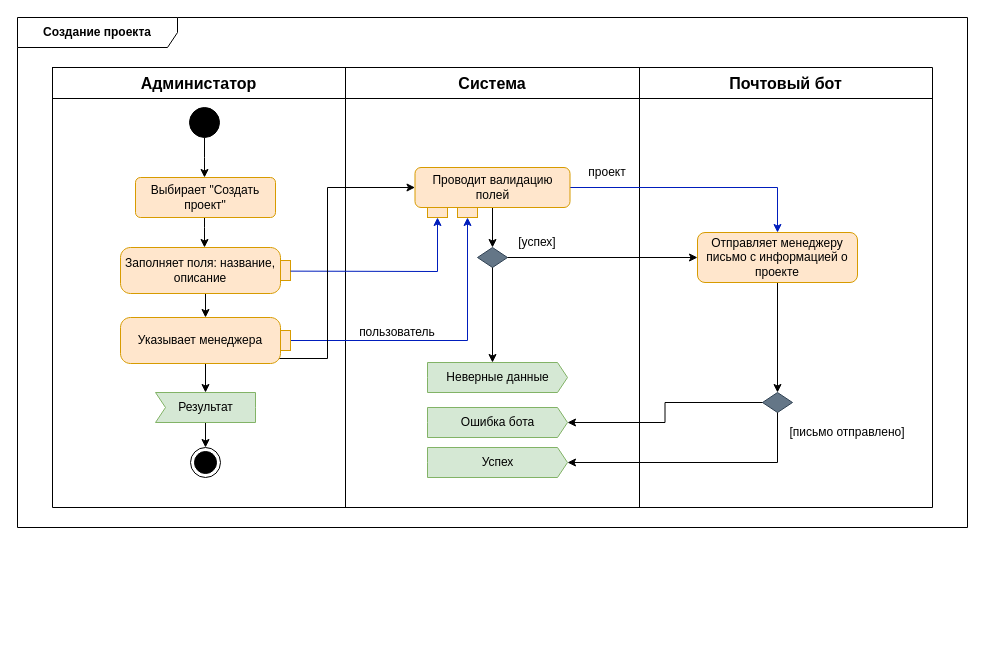
aVorotnikov/thunder_board keeps this draw.io diagram as docs/raw_diagrams/create_project.drawio. Above is the earlier version. Source tidied: cells renumbered, new cells numbered last; positions are measured from the earlier drawing's top-left corner, leaving out a move shared by most shapes. Both pictures are drawn from the tidied source at 100%, with x=0, y=0 at pixel (17, 17).
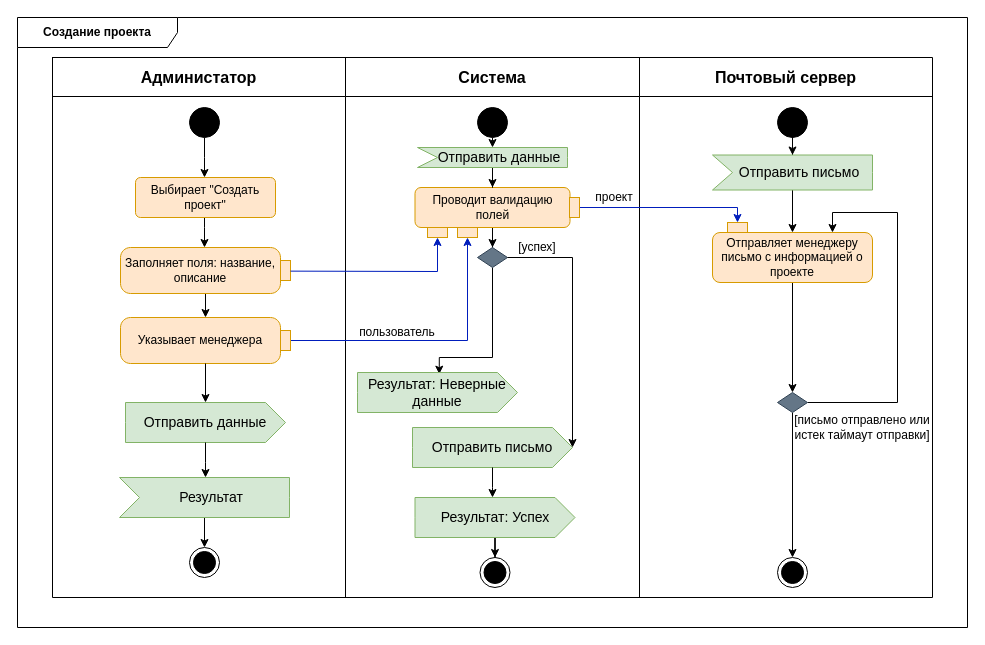
The same page after the edit.

The change refers to these unchanged cells:
```xml
<mxCell id="28" style="rhombus;whiteSpace=wrap;html=1;fillColor=#647687;fontColor=#ffffff;strokeColor=#314354;" parent="2" vertex="1">
  <mxGeometry x="460" y="230" width="30" height="20" as="geometry" />
</mxCell>
<mxCell id="41" value="Указывает менеджера" style="shape=mxgraph.uml25.action;html=1;align=center;verticalAlign=middle;absoluteArcSize=1;arcSize=10;dashed=0;spacingRight=10;whiteSpace=wrap;fillColor=#ffe6cc;strokeColor=#d79b00;" parent="2" vertex="1">
  <mxGeometry x="103" y="300" width="170" height="46" as="geometry" />
</mxCell>
```

What changed in the source:
```diff
@@
     <mxCell id="2" value="&lt;b&gt;Создание проекта&lt;br&gt;&lt;/b&gt;" style="shape=umlFrame;whiteSpace=wrap;html=1;width=160;" parent="1" vertex="1">
-      <mxGeometry width="950" height="510" as="geometry" />
+      <mxGeometry width="950" height="610" as="geometry" />
     </mxCell>
     <mxCell id="3" style="shape=table;startSize=0;childLayout=tableLayout;fontSize=16;" parent="2" vertex="1">
-      <mxGeometry x="35" y="50" width="880" height="440" as="geometry" />
+      <mxGeometry x="35" y="40" width="880" height="540" as="geometry" />
     </mxCell>
     <mxCell id="4" style="shape=tableRow;horizontal=0;startSize=0;swimlaneHead=0;swimlaneBody=0;strokeColor=inherit;top=0;left=0;bottom=0;right=0;fillColor=none;fontSize=16;" parent="3" vertex="1">
-      <mxGeometry width="880" height="31" as="geometry" />
+      <mxGeometry width="880" height="39" as="geometry" />
     </mxCell>
     <mxCell id="5" value="&lt;b&gt;Администатор&lt;/b&gt;" style="shape=partialRectangle;html=1;whiteSpace=wrap;strokeColor=inherit;overflow=hidden;fillColor=none;top=0;left=0;bottom=0;right=0;fontSize=16;" parent="4" vertex="1">
-      <mxGeometry width="293" height="31" as="geometry" />
+      <mxGeometry width="293" height="39" as="geometry" />
     </mxCell>
     <mxCell id="6" value="&lt;b&gt;Система&lt;/b&gt;" style="shape=partialRectangle;html=1;whiteSpace=wrap;strokeColor=inherit;overflow=hidden;fillColor=none;top=0;left=0;bottom=0;right=0;fontSize=16;" parent="4" vertex="1">
-      <mxGeometry x="293" width="294" height="31" as="geometry" />
+      <mxGeometry x="293" width="294" height="39" as="geometry" />
     </mxCell>
-    <mxCell id="7" value="&lt;b&gt;Почтовый бот&lt;br&gt;&lt;/b&gt;" style="shape=partialRectangle;html=1;whiteSpace=wrap;strokeColor=inherit;overflow=hidden;fillColor=none;top=0;left=0;bottom=0;right=0;fontSize=16;" parent="4" vertex="1">
-      <mxGeometry x="587" width="293" height="31" as="geometry" />
+    <mxCell id="7" value="&lt;b&gt;Почтовый сервер&lt;br&gt;&lt;/b&gt;" style="shape=partialRectangle;html=1;whiteSpace=wrap;strokeColor=inherit;overflow=hidden;fillColor=none;top=0;left=0;bottom=0;right=0;fontSize=16;" parent="4" vertex="1">
+      <mxGeometry x="587" width="293" height="39" as="geometry" />
     </mxCell>
     <mxCell id="8" style="shape=tableRow;horizontal=0;startSize=0;swimlaneHead=0;swimlaneBody=0;strokeColor=inherit;top=0;left=0;bottom=0;right=0;fillColor=none;fontSize=16;" parent="3" vertex="1">
-      <mxGeometry y="31" width="880" height="409" as="geometry" />
+      <mxGeometry y="39" width="880" height="501" as="geometry" />
     </mxCell>
     <mxCell id="9" style="shape=partialRectangle;html=1;whiteSpace=wrap;strokeColor=inherit;overflow=hidden;fillColor=none;top=0;left=0;bottom=0;right=0;fontSize=16;" parent="8" vertex="1">
-      <mxGeometry width="293" height="409" as="geometry" />
+      <mxGeometry width="293" height="501" as="geometry" />
     </mxCell>
     <mxCell id="10" style="shape=partialRectangle;html=1;whiteSpace=wrap;strokeColor=inherit;overflow=hidden;fillColor=none;top=0;left=0;bottom=0;right=0;fontSize=16;" parent="8" vertex="1">
-      <mxGeometry x="293" width="294" height="409" as="geometry" />
+      <mxGeometry x="293" width="294" height="501" as="geometry" />
     </mxCell>
     <mxCell id="11" style="shape=partialRectangle;html=1;whiteSpace=wrap;strokeColor=inherit;overflow=hidden;fillColor=none;top=0;left=0;bottom=0;right=0;fontSize=16;" parent="8" vertex="1">
-      <mxGeometry x="587" width="293" height="409" as="geometry" />
+      <mxGeometry x="587" width="293" height="501" as="geometry" />
     </mxCell>
@@
     <mxCell id="14" style="ellipse;html=1;shape=endState;fillColor=strokeColor;" parent="2" vertex="1">
-      <mxGeometry x="173" y="430" width="30" height="30" as="geometry" />
+      <mxGeometry x="172" y="530" width="30" height="30" as="geometry" />
     </mxCell>
@@
-    <mxCell id="19" style="edgeStyle=orthogonalEdgeStyle;rounded=0;jettySize=auto;html=1;entryX=0.5;entryY=0;entryDx=0;entryDy=0;fillColor=#0050ef;strokeColor=#001DBC;" parent="2" edge="1" source="20" target="31">
-      <mxGeometry relative="1" as="geometry" />
+    <mxCell id="19" style="edgeStyle=orthogonalEdgeStyle;rounded=0;jettySize=auto;html=1;entryX=0.5;entryY=1;entryDx=0;entryDy=0;fillColor=#0050ef;strokeColor=#001DBC;exitX=0.5;exitY=0;exitDx=0;exitDy=0;" parent="2" edge="1" source="64" target="65">
+      <mxGeometry relative="1" as="geometry">
+        <Array as="points">
+          <mxPoint x="720" y="190" />
+        </Array>
+      </mxGeometry>
     </mxCell>
     <mxCell id="20" value="Проводит валидацию полей " style="rounded=1;whiteSpace=wrap;html=1;fillColor=#ffe6cc;strokeColor=#d79b00;" parent="2" vertex="1">
-      <mxGeometry x="397.5" y="150" width="155" height="40" as="geometry" />
+      <mxGeometry x="397.5" y="170" width="155" height="40" as="geometry" />
     </mxCell>
     <mxCell id="21" style="rounded=0;whiteSpace=wrap;html=1;fillColor=#ffe6cc;strokeColor=#d79b00;" parent="2" vertex="1">
-      <mxGeometry x="410" y="190" width="20" height="10" as="geometry" />
+      <mxGeometry x="410" y="210" width="20" height="10" as="geometry" />
     </mxCell>
@@
-    <mxCell id="23" value="Ошибка бота" style="html=1;shadow=0;dashed=0;align=center;verticalAlign=middle;shape=mxgraph.arrows2.arrow;dy=0;dx=10;notch=0;fillColor=#d5e8d4;strokeColor=#82b366;" parent="2" vertex="1">
-      <mxGeometry x="410" y="390" width="140" height="30" as="geometry" />
-    </mxCell>
-    <mxCell id="24" value="Успех" style="html=1;shadow=0;dashed=0;align=center;verticalAlign=middle;shape=mxgraph.arrows2.arrow;dy=0;dx=10;notch=0;fillColor=#d5e8d4;strokeColor=#82b366;" parent="2" vertex="1">
-      <mxGeometry x="410" y="430" width="140" height="30" as="geometry" />
-    </mxCell>
-    <mxCell id="25" value="Неверные данные" style="html=1;shadow=0;dashed=0;align=center;verticalAlign=middle;shape=mxgraph.arrows2.arrow;dy=0;dx=10;notch=0;fillColor=#d5e8d4;strokeColor=#82b366;" parent="2" vertex="1">
-      <mxGeometry x="410" y="345" width="140" height="30" as="geometry" />
-    </mxCell>
-    <mxCell id="26" style="edgeStyle=orthogonalEdgeStyle;rounded=0;jettySize=auto;html=1;entryX=0.5;entryY=0;entryDx=0;entryDy=0;" parent="2" edge="1" source="27" target="14">
-      <mxGeometry relative="1" as="geometry" />
-    </mxCell>
-    <mxCell id="27" value="Результат" style="html=1;shadow=0;dashed=0;align=center;verticalAlign=middle;shape=mxgraph.arrows2.arrow;dy=0;dx=0;notch=10;fillColor=#d5e8d4;strokeColor=#82b366;" parent="2" vertex="1">
-      <mxGeometry x="138" y="375" width="100" height="30" as="geometry" />
-    </mxCell>
+    <mxCell id="46" style="edgeStyle=orthogonalEdgeStyle;rounded=0;jettySize=auto;html=1;entryX=0.511;entryY=0.042;entryDx=0;entryDy=0;entryPerimeter=0;" parent="2" edge="1" source="28" target="52">
+      <mxGeometry relative="1" as="geometry">
+        <Array as="points">
+          <mxPoint x="475" y="340" />
+          <mxPoint x="422" y="340" />
+        </Array>
+      </mxGeometry>
+    </mxCell>
@@
-    <mxCell id="29" style="edgeStyle=orthogonalEdgeStyle;rounded=0;jettySize=auto;html=1;entryX=0;entryY=0;entryDx=65;entryDy=0;entryPerimeter=0;" parent="2" edge="1" source="28" target="25">
-      <mxGeometry relative="1" as="geometry" />
-    </mxCell>
@@
     <mxCell id="31" value="Отправляет менеджеру письмо с информацией о проекте" style="rounded=1;whiteSpace=wrap;html=1;fillColor=#ffe6cc;strokeColor=#d79b00;" parent="2" vertex="1">
-      <mxGeometry x="680" y="215" width="160" height="50" as="geometry" />
+      <mxGeometry x="695" y="215" width="160" height="50" as="geometry" />
     </mxCell>
-    <mxCell id="32" style="endArrow=classic;html=1;rounded=0;exitX=1;exitY=0.5;exitDx=0;exitDy=0;entryX=0;entryY=0.5;entryDx=0;entryDy=0;" parent="2" edge="1" source="28" target="31">
-      <mxGeometry relative="1" as="geometry" />
+    <mxCell id="32" style="endArrow=classic;html=1;rounded=0;exitX=1;exitY=0.5;exitDx=0;exitDy=0;entryX=1;entryY=0.5;entryDx=0;entryDy=0;entryPerimeter=0;" parent="2" edge="1" source="28" target="53">
+      <mxGeometry relative="1" as="geometry">
+        <Array as="points">
+          <mxPoint x="555" y="240" />
+        </Array>
+      </mxGeometry>
     </mxCell>
     <mxCell id="33" value="[успех]" style="text;html=1;strokeColor=none;fillColor=none;align=center;verticalAlign=middle;whiteSpace=wrap;rounded=0;" parent="2" vertex="1">
-      <mxGeometry x="490" y="210" width="60" height="30" as="geometry" />
+      <mxGeometry x="490" y="215" width="60" height="30" as="geometry" />
     </mxCell>
+    <mxCell id="47" style="edgeStyle=orthogonalEdgeStyle;rounded=0;jettySize=auto;html=1;entryX=0.75;entryY=0;entryDx=0;entryDy=0;" parent="2" edge="1" source="34" target="31">
+      <mxGeometry relative="1" as="geometry">
+        <Array as="points">
+          <mxPoint x="880" y="385" />
+          <mxPoint x="880" y="195" />
+          <mxPoint x="815" y="195" />
+        </Array>
+      </mxGeometry>
+    </mxCell>
+    <mxCell id="48" style="edgeStyle=orthogonalEdgeStyle;rounded=0;jettySize=auto;html=1;entryX=0.5;entryY=0;entryDx=0;entryDy=0;" parent="2" edge="1" source="34" target="68">
+      <mxGeometry relative="1" as="geometry" />
+    </mxCell>
     <mxCell id="34" style="rhombus;whiteSpace=wrap;html=1;fillColor=#647687;fontColor=#ffffff;strokeColor=#314354;" parent="2" vertex="1">
-      <mxGeometry x="745" y="375" width="30" height="20" as="geometry" />
+      <mxGeometry x="760" y="375" width="30" height="20" as="geometry" />
     </mxCell>
-    <mxCell id="35" style="edgeStyle=orthogonalEdgeStyle;rounded=0;jettySize=auto;html=1;exitX=0;exitY=0.5;exitDx=0;exitDy=0;entryX=1;entryY=0.5;entryDx=0;entryDy=0;entryPerimeter=0;" parent="2" edge="1" source="34" target="23">
-      <mxGeometry relative="1" as="geometry" />
-    </mxCell>
-    <mxCell id="36" style="edgeStyle=orthogonalEdgeStyle;rounded=0;jettySize=auto;html=1;entryX=1;entryY=0.5;entryDx=0;entryDy=0;entryPerimeter=0;" parent="2" edge="1" source="34" target="24">
-      <mxGeometry relative="1" as="geometry">
-        <Array as="points">
-          <mxPoint x="760" y="445" />
-        </Array>
-      </mxGeometry>
-    </mxCell>
-    <mxCell id="37" value="[письмо отправлено]" style="text;html=1;strokeColor=none;fillColor=none;align=center;verticalAlign=middle;whiteSpace=wrap;rounded=0;" parent="2" vertex="1">
-      <mxGeometry x="760" y="400" width="140" height="30" as="geometry" />
+    <mxCell id="37" value="[письмо отправлено или истек таймаут отправки]" style="text;html=1;strokeColor=none;fillColor=none;align=center;verticalAlign=middle;whiteSpace=wrap;rounded=0;" parent="2" vertex="1">
+      <mxGeometry x="775" y="395" width="140" height="30" as="geometry" />
     </mxCell>
-    <mxCell id="38" style="edgeStyle=orthogonalEdgeStyle;rounded=0;jettySize=auto;html=1;" parent="2" edge="1" source="41" target="27">
-      <mxGeometry relative="1" as="geometry" />
-    </mxCell>
@@
-    <mxCell id="40" style="edgeStyle=orthogonalEdgeStyle;rounded=0;jettySize=auto;html=1;entryX=0;entryY=0.5;entryDx=0;entryDy=0;fillColor=#0050ef;strokeColor=#000000;" parent="2" edge="1" target="20">
-      <mxGeometry relative="1" as="geometry">
-        <mxPoint x="250" y="340" as="sourcePoint" />
-        <Array as="points">
-          <mxPoint x="250" y="341" />
-          <mxPoint x="310" y="341" />
-          <mxPoint x="310" y="170" />
-        </Array>
-      </mxGeometry>
-    </mxCell>
@@
     <mxCell id="42" style="rounded=0;whiteSpace=wrap;html=1;fillColor=#ffe6cc;strokeColor=#d79b00;" parent="2" vertex="1">
-      <mxGeometry x="440" y="190" width="20" height="10" as="geometry" />
+      <mxGeometry x="440" y="210" width="20" height="10" as="geometry" />
     </mxCell>
@@
     <mxCell id="44" value="проект" style="text;html=1;strokeColor=none;fillColor=none;align=center;verticalAlign=middle;whiteSpace=wrap;rounded=0;" parent="2" vertex="1">
-      <mxGeometry x="560" y="140" width="60" height="30" as="geometry" />
+      <mxGeometry x="567" y="165" width="60" height="30" as="geometry" />
     </mxCell>
@@
+    <mxCell id="49" style="edgeStyle=orthogonalEdgeStyle;rounded=0;jettySize=auto;html=1;" parent="2" edge="1" source="41" target="50">
+      <mxGeometry relative="1" as="geometry" />
+    </mxCell>
+    <mxCell id="50" value="Отправить данные" style="html=1;shape=mxgraph.infographic.ribbonSimple;notch1=0;notch2=20;align=center;verticalAlign=middle;fontSize=14;fontStyle=0;fillColor=#d5e8d4;whiteSpace=wrap;strokeColor=#82b366;" parent="2" vertex="1">
+      <mxGeometry x="108" y="385" width="160" height="40" as="geometry" />
+    </mxCell>
+    <mxCell id="26" style="edgeStyle=orthogonalEdgeStyle;rounded=0;jettySize=auto;html=1;exitX=0;exitY=0;exitDx=85;exitDy=40;exitPerimeter=0;entryX=0.5;entryY=0;entryDx=0;entryDy=0;" parent="2" edge="1" source="27" target="14">
+      <mxGeometry relative="1" as="geometry" />
+    </mxCell>
+    <mxCell id="27" value="Результат" style="html=1;shape=mxgraph.infographic.ribbonSimple;notch1=20;notch2=0;align=center;verticalAlign=middle;fontSize=14;fontStyle=0;fillColor=#d5e8d4;flipH=0;spacingRight=0;spacingLeft=14;whiteSpace=wrap;strokeColor=#82b366;" parent="2" vertex="1">
+      <mxGeometry x="102" y="460" width="170" height="40" as="geometry" />
+    </mxCell>
+    <mxCell id="51" style="ellipse;fillColor=strokeColor;html=1;" parent="2" vertex="1">
+      <mxGeometry x="460" y="90" width="30" height="30" as="geometry" />
+    </mxCell>
+    <mxCell id="52" value="Результат: Неверные данные" style="html=1;shape=mxgraph.infographic.ribbonSimple;notch1=0;notch2=20;align=center;verticalAlign=middle;fontSize=14;fontStyle=0;fillColor=#d5e8d4;whiteSpace=wrap;strokeColor=#82b366;" parent="2" vertex="1">
+      <mxGeometry x="340" y="355" width="160" height="40" as="geometry" />
+    </mxCell>
+    <mxCell id="53" value="Отправить письмо" style="html=1;shape=mxgraph.infographic.ribbonSimple;notch1=0;notch2=20;align=center;verticalAlign=middle;fontSize=14;fontStyle=0;fillColor=#d5e8d4;whiteSpace=wrap;strokeColor=#82b366;" parent="2" vertex="1">
+      <mxGeometry x="395" y="410" width="160" height="40" as="geometry" />
+    </mxCell>
+    <mxCell id="54" style="edgeStyle=orthogonalEdgeStyle;rounded=0;jettySize=auto;html=1;entryX=0.5;entryY=0;entryDx=0;entryDy=0;" parent="2" edge="1" source="55" target="57">
+      <mxGeometry relative="1" as="geometry" />
+    </mxCell>
+    <mxCell id="55" value="Результат: Успех" style="html=1;shape=mxgraph.infographic.ribbonSimple;notch1=0;notch2=20;align=center;verticalAlign=middle;fontSize=14;fontStyle=0;fillColor=#d5e8d4;whiteSpace=wrap;strokeColor=#82b366;" parent="2" vertex="1">
+      <mxGeometry x="397.5" y="480" width="160" height="40" as="geometry" />
+    </mxCell>
+    <mxCell id="56" style="edgeStyle=orthogonalEdgeStyle;rounded=0;jettySize=auto;html=1;" parent="2" edge="1" source="50">
+      <mxGeometry relative="1" as="geometry">
+        <mxPoint x="188" y="460" as="targetPoint" />
+      </mxGeometry>
+    </mxCell>
+    <mxCell id="57" style="ellipse;html=1;shape=endState;fillColor=strokeColor;" parent="2" vertex="1">
+      <mxGeometry x="462.5" y="540" width="30" height="30" as="geometry" />
+    </mxCell>
+    <mxCell id="58" style="edgeStyle=orthogonalEdgeStyle;rounded=0;jettySize=auto;html=1;" parent="2" edge="1" source="53">
+      <mxGeometry relative="1" as="geometry">
+        <mxPoint x="475" y="480" as="targetPoint" />
+      </mxGeometry>
+    </mxCell>
+    <mxCell id="59" style="edgeStyle=orthogonalEdgeStyle;rounded=0;jettySize=auto;html=1;" parent="2" edge="1" source="60" target="67">
+      <mxGeometry relative="1" as="geometry" />
+    </mxCell>
+    <mxCell id="60" style="ellipse;fillColor=strokeColor;html=1;" parent="2" vertex="1">
+      <mxGeometry x="760" y="90" width="30" height="30" as="geometry" />
+    </mxCell>
+    <mxCell id="61" style="edgeStyle=orthogonalEdgeStyle;rounded=0;jettySize=auto;html=1;entryX=0.5;entryY=0;entryDx=0;entryDy=0;" parent="2" edge="1" source="62" target="20">
+      <mxGeometry relative="1" as="geometry" />
+    </mxCell>
+    <mxCell id="62" value="Отправить данные" style="html=1;shape=mxgraph.infographic.ribbonSimple;notch1=20;notch2=0;align=center;verticalAlign=middle;fontSize=14;fontStyle=0;fillColor=#d5e8d4;flipH=0;spacingRight=0;spacingLeft=14;whiteSpace=wrap;strokeColor=#82b366;" parent="2" vertex="1">
+      <mxGeometry x="400" y="130" width="150" height="20" as="geometry" />
+    </mxCell>
+    <mxCell id="63" style="endArrow=classic;html=1;rounded=0;exitX=0.5;exitY=1;exitDx=0;exitDy=0;entryX=0;entryY=0;entryDx=75;entryDy=0;entryPerimeter=0;" parent="2" edge="1" source="51" target="62">
+      <mxGeometry relative="1" as="geometry" />
+    </mxCell>
+    <mxCell id="64" style="rounded=0;whiteSpace=wrap;html=1;fillColor=#ffe6cc;strokeColor=#d79b00;rotation=90;" parent="2" vertex="1">
+      <mxGeometry x="547" y="185" width="20" height="10" as="geometry" />
+    </mxCell>
+    <mxCell id="65" style="rounded=0;whiteSpace=wrap;html=1;fillColor=#ffe6cc;strokeColor=#d79b00;rotation=-180;" parent="2" vertex="1">
+      <mxGeometry x="710" y="205" width="20" height="10" as="geometry" />
+    </mxCell>
+    <mxCell id="66" style="edgeStyle=orthogonalEdgeStyle;rounded=0;jettySize=auto;html=1;" parent="2" edge="1" source="67" target="31">
+      <mxGeometry relative="1" as="geometry" />
+    </mxCell>
+    <mxCell id="67" value="Отправить письмо" style="html=1;shape=mxgraph.infographic.ribbonSimple;notch1=20;notch2=0;align=center;verticalAlign=middle;fontSize=14;fontStyle=0;fillColor=#d5e8d4;flipH=0;spacingRight=0;spacingLeft=14;whiteSpace=wrap;strokeColor=#82b366;" parent="2" vertex="1">
+      <mxGeometry x="695" y="137.5" width="160" height="35" as="geometry" />
+    </mxCell>
+    <mxCell id="68" style="ellipse;html=1;shape=endState;fillColor=strokeColor;" parent="2" vertex="1">
+      <mxGeometry x="760" y="540" width="30" height="30" as="geometry" />
+    </mxCell>
```
